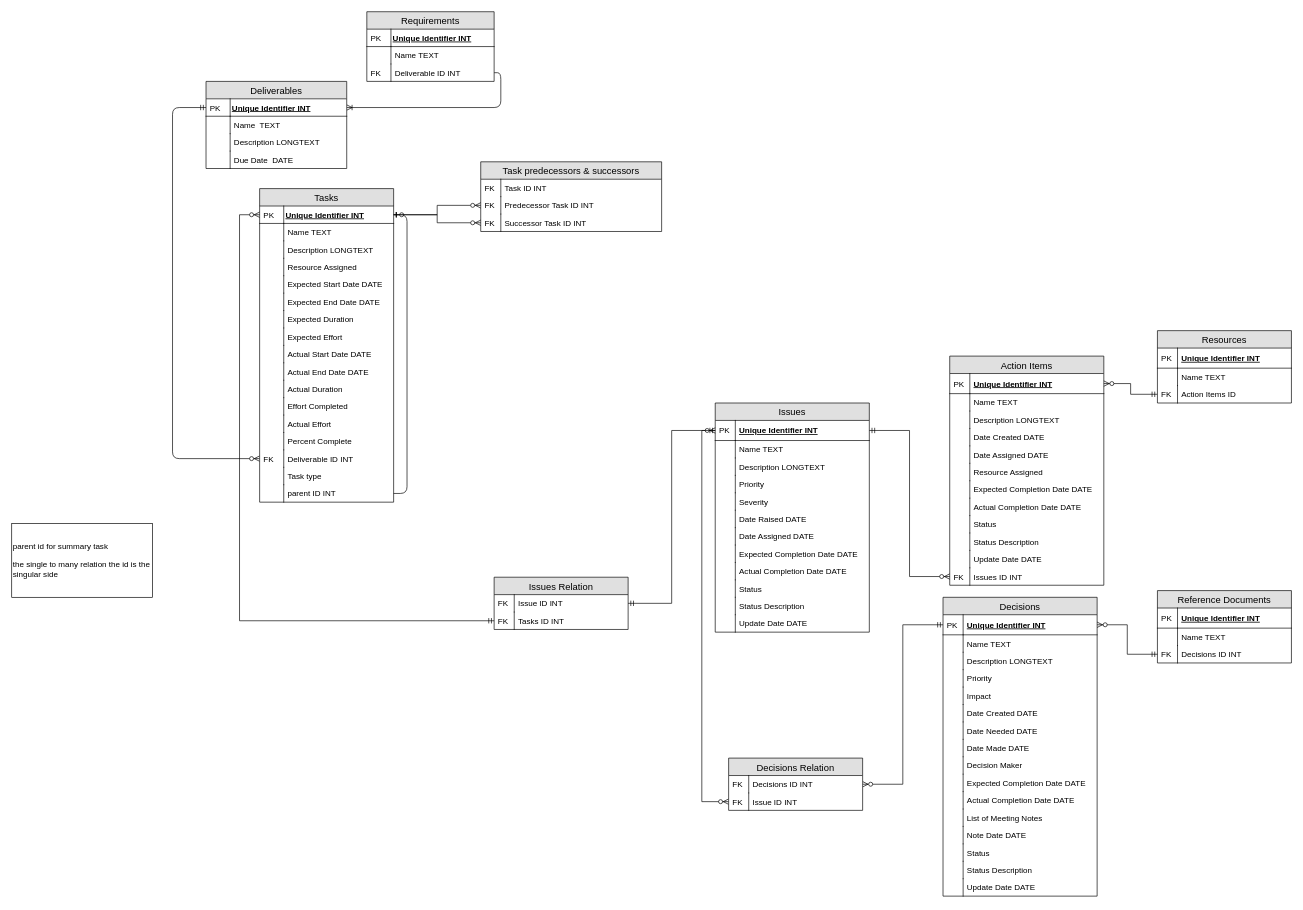
Earlier version of the draw.io diagram ERD.drawio (alicebalayan/comp380---project3). Source tidied: cells renumbered, new cells numbered last; positions are measured from the earlier drawing's top-left corner, leaving out a move shared by most shapes. Both pictures are drawn from the tidied source at 67%, with x=0, y=0 at pixel (11, 11).
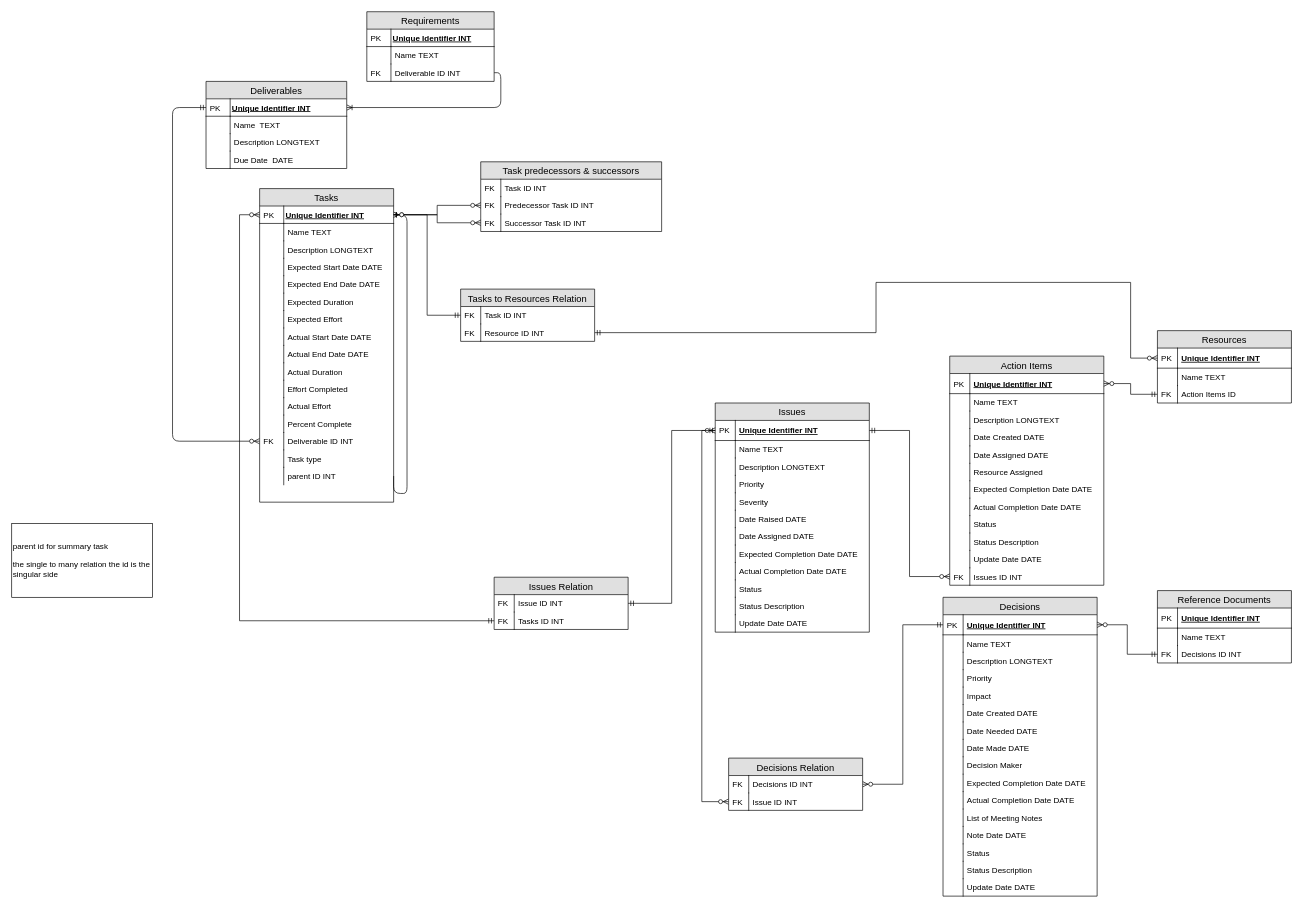
The same page after the edit.

The change refers to these unchanged cells:
```xml
<mxCell id="99" value="Tasks" style="swimlane;fontStyle=0;horizontal=1;startSize=26;fontSize=14;fillColor=#e0e0e0;swimlaneFillColor=#ffffff;" parent="1" vertex="1">
  <mxGeometry x="370" y="264" width="200" height="468" as="geometry" />
</mxCell>
<mxCell id="100" value="Unique Identifier INT" style="shape=partialRectangle;top=0;left=0;right=0;bottom=1;align=left;verticalAlign=middle;fillColor=none;spacingLeft=37;spacingRight=4;overflow=hidden;points=[[0,0.5],[1,0.5]];portConstraint=eastwest;fontStyle=5;" parent="99" vertex="1">
  <mxGeometry y="26" width="200" height="26" as="geometry" />
</mxCell>
<mxCell id="138" value="Unique Identifier INT" style="shape=partialRectangle;top=0;left=0;right=0;bottom=1;align=left;verticalAlign=middle;fillColor=none;spacingLeft=37;spacingRight=4;overflow=hidden;points=[[0,0.5],[1,0.5]];portConstraint=eastwest;fontStyle=5;" parent="137" vertex="1">
  <mxGeometry y="26" width="210" height="26" as="geometry" />
</mxCell>
<mxCell id="148" value="Unique Identifier INT" style="shape=partialRectangle;top=0;left=0;right=0;bottom=1;align=left;verticalAlign=middle;fillColor=none;spacingLeft=34;spacingRight=4;overflow=hidden;points=[[0,0.5],[1,0.5]];portConstraint=eastwest;fontStyle=5;fontSize=12;" parent="147" vertex="1">
  <mxGeometry y="26" width="200" height="30" as="geometry" />
</mxCell>
```

Change to the diagram source:
```diff
@@
     <mxCell id="93" style="endArrow=ERmandOne;html=1;entryX=0;entryY=0.5;entryDx=0;entryDy=0;edgeStyle=orthogonalEdgeStyle;exitX=0;exitY=0.5;exitDx=0;exitDy=0;startArrow=ERzeroToMany;startFill=1;endFill=0;" parent="1" edge="1" source="128" target="138">
       <mxGeometry relative="1" as="geometry">
         <Array as="points">
-          <mxPoint x="240" y="667" />
+          <mxPoint x="240" y="641" />
           <mxPoint x="240" y="143" />
         </Array>
       </mxGeometry>
     </mxCell>
@@
-    <mxCell id="106" value="Resource Assigned" style="shape=partialRectangle;top=0;left=0;right=0;bottom=0;align=left;verticalAlign=top;fillColor=none;spacingLeft=40;spacingRight=4;overflow=hidden;rounded=0;shadow=0;strokeWidth=1;" parent="99" vertex="1">
-      <mxGeometry y="104" width="200" height="26" as="geometry" />
-    </mxCell>
-    <mxCell id="107" style="shape=partialRectangle;top=0;left=0;bottom=0;fillColor=none;align=left;verticalAlign=top;spacingLeft=4;spacingRight=4;overflow=hidden;" parent="106" vertex="1">
-      <mxGeometry width="36" height="26" as="geometry" />
-    </mxCell>
     <mxCell id="108" value="Expected Start Date DATE" style="shape=partialRectangle;top=0;left=0;right=0;bottom=0;align=left;verticalAlign=top;fillColor=none;spacingLeft=40;spacingRight=4;overflow=hidden;rounded=0;shadow=0;strokeWidth=1;" parent="99" vertex="1">
-      <mxGeometry y="130" width="200" height="26" as="geometry" />
+      <mxGeometry y="104" width="200" height="26" as="geometry" />
     </mxCell>
@@
     <mxCell id="110" value="Expected End Date DATE" style="shape=partialRectangle;top=0;left=0;right=0;bottom=0;align=left;verticalAlign=top;fillColor=none;spacingLeft=40;spacingRight=4;overflow=hidden;rounded=0;shadow=0;strokeWidth=1;" parent="99" vertex="1">
-      <mxGeometry y="156" width="200" height="26" as="geometry" />
+      <mxGeometry y="130" width="200" height="26" as="geometry" />
     </mxCell>
@@
     <mxCell id="112" value="Expected Duration" style="shape=partialRectangle;top=0;left=0;right=0;bottom=0;align=left;verticalAlign=top;fillColor=none;spacingLeft=40;spacingRight=4;overflow=hidden;rounded=0;shadow=0;strokeWidth=1;" parent="99" vertex="1">
-      <mxGeometry y="182" width="200" height="26" as="geometry" />
+      <mxGeometry y="156" width="200" height="26" as="geometry" />
     </mxCell>
@@
     <mxCell id="114" value="Expected Effort" style="shape=partialRectangle;top=0;left=0;right=0;bottom=0;align=left;verticalAlign=top;fillColor=none;spacingLeft=40;spacingRight=4;overflow=hidden;rounded=0;shadow=0;strokeWidth=1;" parent="99" vertex="1">
-      <mxGeometry y="208" width="200" height="26" as="geometry" />
+      <mxGeometry y="182" width="200" height="26" as="geometry" />
     </mxCell>
@@
     <mxCell id="116" value="Actual Start Date DATE" style="shape=partialRectangle;top=0;left=0;right=0;bottom=0;align=left;verticalAlign=top;fillColor=none;spacingLeft=40;spacingRight=4;overflow=hidden;rounded=0;shadow=0;strokeWidth=1;" parent="99" vertex="1">
-      <mxGeometry y="234" width="200" height="26" as="geometry" />
+      <mxGeometry y="208" width="200" height="26" as="geometry" />
     </mxCell>
@@
     <mxCell id="118" value="Actual End Date DATE" style="shape=partialRectangle;top=0;left=0;right=0;bottom=0;align=left;verticalAlign=top;fillColor=none;spacingLeft=40;spacingRight=4;overflow=hidden;rounded=0;shadow=0;strokeWidth=1;" parent="99" vertex="1">
-      <mxGeometry y="260" width="200" height="26" as="geometry" />
+      <mxGeometry y="234" width="200" height="26" as="geometry" />
     </mxCell>
@@
     <mxCell id="120" value="Actual Duration" style="shape=partialRectangle;top=0;left=0;right=0;bottom=0;align=left;verticalAlign=top;fillColor=none;spacingLeft=40;spacingRight=4;overflow=hidden;rounded=0;shadow=0;strokeWidth=1;" parent="99" vertex="1">
-      <mxGeometry y="286" width="200" height="26" as="geometry" />
+      <mxGeometry y="260" width="200" height="26" as="geometry" />
     </mxCell>
@@
     <mxCell id="122" value="Effort Completed" style="shape=partialRectangle;top=0;left=0;right=0;bottom=0;align=left;verticalAlign=top;fillColor=none;spacingLeft=40;spacingRight=4;overflow=hidden;rounded=0;shadow=0;strokeWidth=1;" parent="99" vertex="1">
-      <mxGeometry y="312" width="200" height="26" as="geometry" />
+      <mxGeometry y="286" width="200" height="26" as="geometry" />
     </mxCell>
@@
     <mxCell id="124" value="Actual Effort" style="shape=partialRectangle;top=0;left=0;right=0;bottom=0;align=left;verticalAlign=top;fillColor=none;spacingLeft=40;spacingRight=4;overflow=hidden;rounded=0;shadow=0;strokeWidth=1;" parent="99" vertex="1">
-      <mxGeometry y="338" width="200" height="26" as="geometry" />
+      <mxGeometry y="312" width="200" height="26" as="geometry" />
     </mxCell>
@@
     <mxCell id="126" value="Percent Complete" style="shape=partialRectangle;top=0;left=0;right=0;bottom=0;align=left;verticalAlign=top;fillColor=none;spacingLeft=40;spacingRight=4;overflow=hidden;rounded=0;shadow=0;strokeWidth=1;" parent="99" vertex="1">
-      <mxGeometry y="364" width="200" height="26" as="geometry" />
+      <mxGeometry y="338" width="200" height="26" as="geometry" />
     </mxCell>
@@
     <mxCell id="128" value="Deliverable ID INT" style="shape=partialRectangle;top=0;left=0;right=0;bottom=0;align=left;verticalAlign=top;fillColor=none;spacingLeft=40;spacingRight=4;overflow=hidden;points=[[0,0.5],[1,0.5]];portConstraint=eastwest;rounded=0;shadow=0;strokeWidth=1;" parent="99" vertex="1">
-      <mxGeometry y="390" width="200" height="26" as="geometry" />
+      <mxGeometry y="364" width="200" height="26" as="geometry" />
     </mxCell>
@@
     <mxCell id="130" value="Task type" style="shape=partialRectangle;top=0;left=0;right=0;bottom=0;align=left;verticalAlign=top;fillColor=none;spacingLeft=40;spacingRight=4;overflow=hidden;rounded=0;shadow=0;strokeWidth=1;" parent="99" vertex="1">
-      <mxGeometry y="416" width="200" height="26" as="geometry" />
+      <mxGeometry y="390" width="200" height="26" as="geometry" />
     </mxCell>
@@
     <mxCell id="132" value="parent ID INT" style="shape=partialRectangle;top=0;left=0;right=0;bottom=0;align=left;verticalAlign=top;fillColor=none;spacingLeft=40;spacingRight=4;overflow=hidden;points=[[0,0.5],[1,0.5]];portConstraint=eastwest;rounded=0;shadow=0;strokeWidth=1;" parent="99" vertex="1">
-      <mxGeometry y="442" width="200" height="26" as="geometry" />
+      <mxGeometry y="416" width="200" height="26" as="geometry" />
     </mxCell>
@@
+    <mxCell id="180" style="edgeStyle=orthogonalEdgeStyle;rounded=0;jettySize=auto;html=1;entryX=0;entryY=0.5;entryDx=0;entryDy=0;startArrow=ERzeroToMany;startFill=1;endArrow=ERmandOne;endFill=0;exitX=1;exitY=0.5;exitDx=0;exitDy=0;" parent="1" edge="1" source="100" target="183">
+      <mxGeometry relative="1" as="geometry" />
+    </mxCell>
+    <mxCell id="181" style="edgeStyle=orthogonalEdgeStyle;rounded=0;jettySize=auto;html=1;exitX=0;exitY=0.5;exitDx=0;exitDy=0;entryX=1;entryY=0.5;entryDx=0;entryDy=0;startArrow=ERzeroToMany;startFill=1;endArrow=ERmandOne;endFill=0;elbow=vertical;" parent="1" edge="1" source="148" target="185">
+      <mxGeometry relative="1" as="geometry">
+        <Array as="points">
+          <mxPoint x="1670" y="517" />
+          <mxPoint x="1670" y="404" />
+          <mxPoint x="1290" y="404" />
+          <mxPoint x="1290" y="479" />
+        </Array>
+      </mxGeometry>
+    </mxCell>
+    <mxCell id="182" value="Tasks to Resources Relation" style="swimlane;fontStyle=0;horizontal=1;startSize=26;fillColor=#e0e0e0;swimlaneFillColor=#ffffff;align=center;fontSize=14;" parent="1" vertex="1">
+      <mxGeometry x="670" y="414" width="200" height="78" as="geometry" />
+    </mxCell>
+    <mxCell id="183" value="Task ID INT" style="shape=partialRectangle;top=0;left=0;right=0;bottom=0;align=left;verticalAlign=top;fillColor=none;spacingLeft=34;spacingRight=4;overflow=hidden;points=[[0,0.5],[1,0.5]];portConstraint=eastwest;fontSize=12;" parent="182" vertex="1">
+      <mxGeometry y="26" width="200" height="26" as="geometry" />
+    </mxCell>
+    <mxCell id="184" value="FK" style="shape=partialRectangle;top=0;left=0;bottom=0;fillColor=none;align=left;verticalAlign=top;spacingLeft=4;spacingRight=4;overflow=hidden;fontSize=12;" parent="183" vertex="1">
+      <mxGeometry width="30" height="26" as="geometry" />
+    </mxCell>
+    <mxCell id="185" value="Resource ID INT" style="shape=partialRectangle;top=0;left=0;right=0;bottom=0;align=left;verticalAlign=top;fillColor=none;spacingLeft=34;spacingRight=4;overflow=hidden;points=[[0,0.5],[1,0.5]];portConstraint=eastwest;fontSize=12;" parent="182" vertex="1">
+      <mxGeometry y="52" width="200" height="26" as="geometry" />
+    </mxCell>
+    <mxCell id="186" value="FK" style="shape=partialRectangle;top=0;left=0;bottom=0;fillColor=none;align=left;verticalAlign=top;spacingLeft=4;spacingRight=4;overflow=hidden;fontSize=12;" parent="185" vertex="1">
+      <mxGeometry width="30" height="26" as="geometry" />
+    </mxCell>
```
